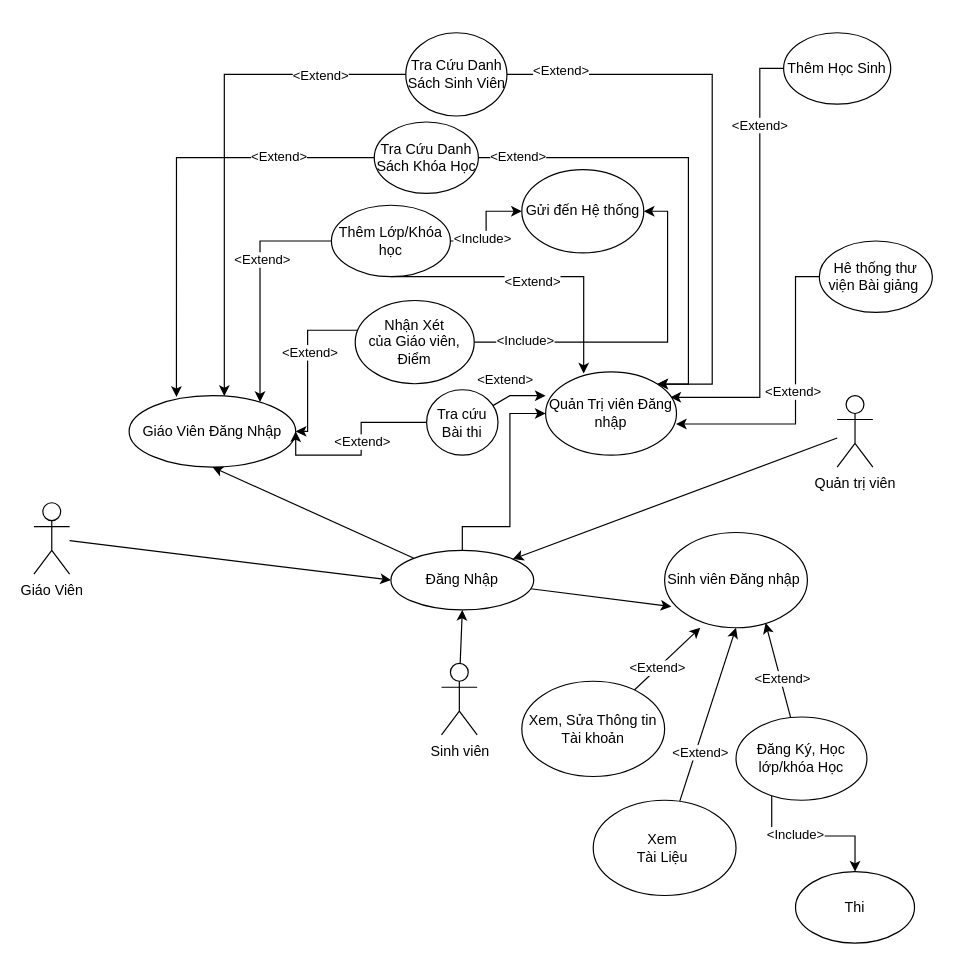
Before: Apollo.drawio in NCanhhieu/T2207E-Diagram, a draw.io diagram. Source tidied: cells renumbered, new cells numbered last; positions are measured from the earlier drawing's top-left corner, leaving out a move shared by most shapes. Both pictures are drawn from the tidied source at 119%, with x=0, y=0 at pixel (33, 32).
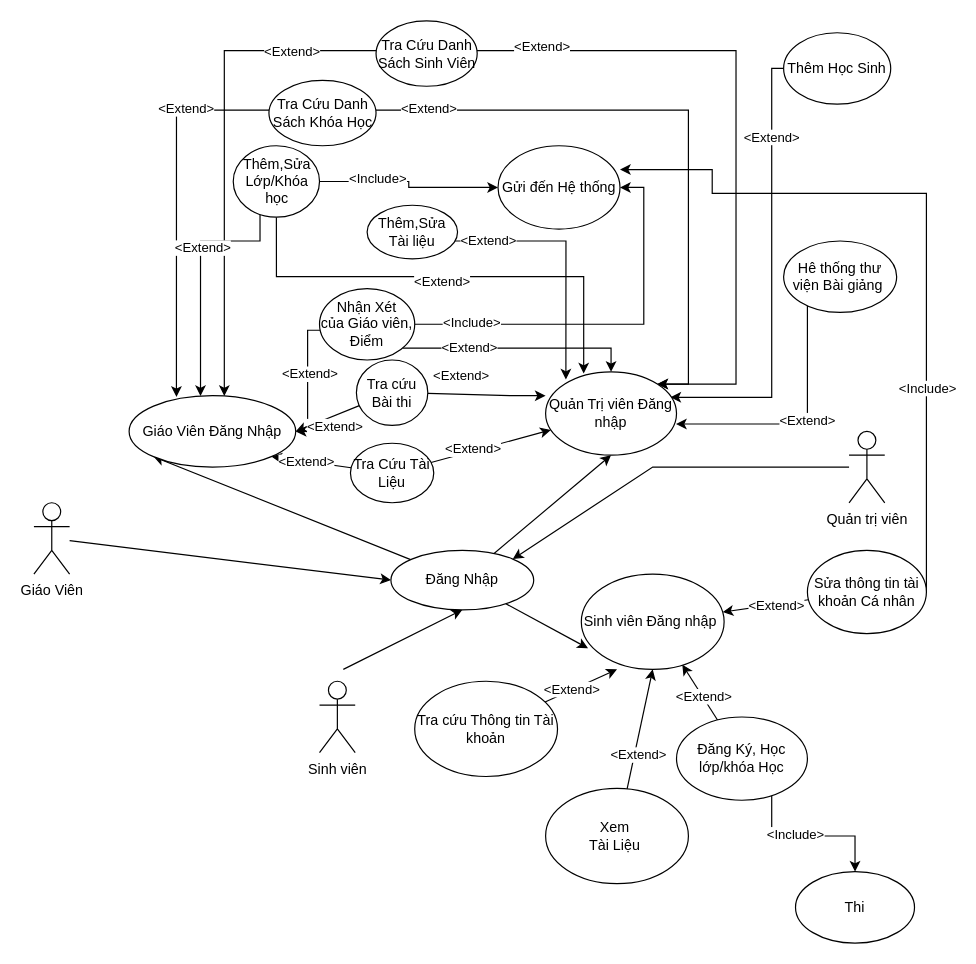
The same diagram, later.

Commit message (it also covers changes not shown here):
Cập nhật Apollo.drawio

The change refers to these unchanged cells:
```xml
<mxCell id="16" value="Đăng Nhập" style="ellipse;whiteSpace=wrap;html=1;" parent="1" vertex="1">
  <mxGeometry x="300" y="435" width="120" height="50" as="geometry" />
</mxCell>
<mxCell id="36" value="Thêm Học Sinh" style="ellipse;whiteSpace=wrap;html=1;" parent="1" vertex="1">
  <mxGeometry x="630" width="90" height="60" as="geometry" />
</mxCell>
<mxCell id="50" value="Giáo Viên Đăng Nhập" style="ellipse;whiteSpace=wrap;html=1;" parent="1" vertex="1">
  <mxGeometry x="80" y="305" width="140" height="60" as="geometry" />
</mxCell>
<mxCell id="51" value="Quản Trị viên Đăng nhập" style="ellipse;whiteSpace=wrap;html=1;" parent="1" vertex="1">
  <mxGeometry x="430" y="285" width="110" height="70" as="geometry" />
</mxCell>
```

What changed in the source:
```diff
@@
     <mxCell id="4" style="rounded=0;jettySize=auto;html=1;entryX=1;entryY=0;entryDx=0;entryDy=0;elbow=vertical;" parent="1" edge="1" source="5" target="16">
-      <mxGeometry relative="1" as="geometry" />
+      <mxGeometry relative="1" as="geometry">
+        <Array as="points">
+          <mxPoint x="520" y="365" />
+        </Array>
+      </mxGeometry>
     </mxCell>
     <mxCell id="5" value="Quản trị viên" style="shape=umlActor;verticalLabelPosition=bottom;verticalAlign=top;html=1;outlineConnect=0;" parent="1" vertex="1">
-      <mxGeometry x="675" y="305" width="30" height="60" as="geometry" />
+      <mxGeometry x="685" y="335" width="30" height="60" as="geometry" />
     </mxCell>
     <mxCell id="6" style="rounded=0;jettySize=auto;html=1;entryX=0.5;entryY=1;entryDx=0;entryDy=0;" parent="1" edge="1" target="16">
       <mxGeometry relative="1" as="geometry">
-        <mxPoint x="358" y="535" as="sourcePoint" />
+        <mxPoint x="260" y="535" as="sourcePoint" />
       </mxGeometry>
     </mxCell>
     <mxCell id="7" value="Sinh viên" style="shape=umlActor;verticalLabelPosition=bottom;verticalAlign=top;html=1;" parent="1" vertex="1">
-      <mxGeometry x="342.5" y="530" width="30" height="60" as="geometry" />
+      <mxGeometry x="240" y="545" width="30" height="60" as="geometry" />
     </mxCell>
     <mxCell id="8" style="edgeStyle=orthogonalEdgeStyle;rounded=0;jettySize=auto;html=1;" parent="1" edge="1" source="12" target="50">
       <mxGeometry relative="1" as="geometry">
         <Array as="points">
-          <mxPoint x="160" y="35" />
+          <mxPoint x="160" y="15" />
         </Array>
       </mxGeometry>
     </mxCell>
@@
     <mxCell id="10" style="edgeStyle=orthogonalEdgeStyle;rounded=0;jettySize=auto;html=1;entryX=1;entryY=0;entryDx=0;entryDy=0;" parent="1" edge="1" source="12" target="51">
       <mxGeometry relative="1" as="geometry">
         <Array as="points">
-          <mxPoint x="570" y="35" />
-          <mxPoint x="570" y="295" />
+          <mxPoint x="590" y="15" />
+          <mxPoint x="590" y="295" />
         </Array>
       </mxGeometry>
     </mxCell>
@@
     <mxCell id="12" value="Tra Cứu Danh Sách Sinh Viên" style="ellipse;whiteSpace=wrap;html=1;" parent="1" vertex="1">
-      <mxGeometry x="312.5" width="85" height="70" as="geometry" />
+      <mxGeometry x="287.5" y="-10" width="85" height="55" as="geometry" />
     </mxCell>
@@
-    <mxCell id="14" style="edgeStyle=orthogonalEdgeStyle;rounded=0;jettySize=auto;html=1;entryX=0;entryY=0.5;entryDx=0;entryDy=0;" parent="1" edge="1" source="16" target="51">
-      <mxGeometry relative="1" as="geometry">
-        <Array as="points">
-          <mxPoint x="360" y="415" />
-          <mxPoint x="400" y="415" />
-          <mxPoint x="400" y="320" />
-        </Array>
-      </mxGeometry>
+    <mxCell id="14" style="rounded=0;jettySize=auto;html=1;entryX=0.5;entryY=1;entryDx=0;entryDy=0;" parent="1" edge="1" source="16" target="51">
+      <mxGeometry relative="1" as="geometry" />
     </mxCell>
-    <mxCell id="15" style="rounded=0;jettySize=auto;html=1;entryX=0.5;entryY=1;entryDx=0;entryDy=0;" parent="1" edge="1" source="16" target="50">
+    <mxCell id="15" style="rounded=0;jettySize=auto;html=1;entryX=0;entryY=1;entryDx=0;entryDy=0;" parent="1" edge="1" source="16" target="50">
       <mxGeometry relative="1" as="geometry" />
     </mxCell>
@@
     <mxCell id="17" style="edgeStyle=orthogonalEdgeStyle;rounded=0;jettySize=auto;html=1;entryX=0.284;entryY=0.017;entryDx=0;entryDy=0;entryPerimeter=0;" parent="1" edge="1" source="21" target="50">
-      <mxGeometry relative="1" as="geometry" />
+      <mxGeometry relative="1" as="geometry">
+        <Array as="points">
+          <mxPoint x="120" y="65" />
+        </Array>
+      </mxGeometry>
     </mxCell>
@@
     <mxCell id="19" style="edgeStyle=orthogonalEdgeStyle;rounded=0;jettySize=auto;html=1;entryX=1;entryY=0;entryDx=0;entryDy=0;" parent="1" edge="1" source="21" target="51">
       <mxGeometry relative="1" as="geometry">
         <Array as="points">
-          <mxPoint x="550" y="105" />
+          <mxPoint x="550" y="65" />
           <mxPoint x="550" y="295" />
         </Array>
       </mxGeometry>
     </mxCell>
@@
     <mxCell id="21" value="Tra Cứu Danh Sách Khóa Học" style="ellipse;whiteSpace=wrap;html=1;" parent="1" vertex="1">
-      <mxGeometry x="286" y="75" width="87.5" height="60" as="geometry" />
+      <mxGeometry x="197.5" y="40" width="90" height="55" as="geometry" />
     </mxCell>
@@
     <mxCell id="24" style="edgeStyle=orthogonalEdgeStyle;rounded=0;jettySize=auto;html=1;" parent="1" edge="1" source="28" target="50">
       <mxGeometry relative="1" as="geometry">
         <Array as="points">
           <mxPoint x="190" y="175" />
+          <mxPoint x="140" y="175" />
         </Array>
       </mxGeometry>
     </mxCell>
@@
-    <mxCell id="28" value="Thêm Lớp/Khóa học" style="ellipse;whiteSpace=wrap;html=1;" parent="1" vertex="1">
-      <mxGeometry x="250" y="145" width="100" height="60" as="geometry" />
+    <mxCell id="28" value="Thêm,Sửa Lớp/Khóa học" style="ellipse;whiteSpace=wrap;html=1;" parent="1" vertex="1">
+      <mxGeometry x="167.5" y="95" width="72.5" height="60" as="geometry" />
     </mxCell>
@@
+    <mxCell id="61" style="edgeStyle=orthogonalEdgeStyle;rounded=0;jettySize=auto;html=1;entryX=0.5;entryY=0;entryDx=0;entryDy=0;" parent="1" edge="1" source="33" target="51">
+      <mxGeometry relative="1" as="geometry">
+        <Array as="points">
+          <mxPoint x="485" y="265" />
+        </Array>
+      </mxGeometry>
+    </mxCell>
+    <mxCell id="62" value="&amp;lt;Extend&amp;gt;" style="edgeLabel;html=1;align=center;verticalAlign=middle;" parent="61" vertex="1">
+      <mxGeometry x="-0.43" y="1" relative="1" as="geometry" />
+    </mxCell>
     <mxCell id="33" value="Nhận Xét&lt;br&gt;của Giáo viên, Điểm" style="ellipse;whiteSpace=wrap;html=1;" parent="1" vertex="1">
-      <mxGeometry x="270" y="225" width="100" height="70" as="geometry" />
+      <mxGeometry x="240" y="215" width="80" height="60" as="geometry" />
     </mxCell>
     <mxCell id="34" style="edgeStyle=orthogonalEdgeStyle;rounded=0;jettySize=auto;html=1;entryX=0.953;entryY=0.306;entryDx=0;entryDy=0;entryPerimeter=0;" parent="1" edge="1" source="36" target="51">
       <mxGeometry relative="1" as="geometry">
         <Array as="points">
-          <mxPoint x="610" y="30" />
-          <mxPoint x="610" y="306" />
+          <mxPoint x="620" y="30" />
+          <mxPoint x="620" y="306" />
         </Array>
       </mxGeometry>
     </mxCell>
@@
     <mxCell id="37" style="edgeStyle=orthogonalEdgeStyle;rounded=0;jettySize=auto;html=1;entryX=0.996;entryY=0.626;entryDx=0;entryDy=0;entryPerimeter=0;" parent="1" edge="1" source="39" target="51">
       <mxGeometry relative="1" as="geometry">
         <Array as="points">
-          <mxPoint x="640" y="205" />
-          <mxPoint x="640" y="329" />
+          <mxPoint x="650" y="205" />
+          <mxPoint x="650" y="329" />
         </Array>
       </mxGeometry>
     </mxCell>
@@
     <mxCell id="39" value="Hê thống thư viện Bài giảng&amp;nbsp;" style="ellipse;whiteSpace=wrap;html=1;" parent="1" vertex="1">
-      <mxGeometry x="660" y="175" width="95" height="60" as="geometry" />
+      <mxGeometry x="630" y="175" width="95" height="60" as="geometry" />
     </mxCell>
@@
     <mxCell id="44" value="Đăng Ký, Học lớp/khóa Học" style="ellipse;whiteSpace=wrap;html=1;" parent="1" vertex="1">
-      <mxGeometry x="590" y="575" width="110" height="70" as="geometry" />
+      <mxGeometry x="540" y="575" width="110" height="70" as="geometry" />
     </mxCell>
-    <mxCell id="45" value="Gửi đến Hệ thống" style="ellipse;whiteSpace=wrap;html=1;" parent="1" vertex="1">
-      <mxGeometry x="410" y="115" width="102.5" height="70" as="geometry" />
+    <mxCell id="45" value="Gửi đến Hệ thống&lt;br&gt;" style="ellipse;whiteSpace=wrap;html=1;" parent="1" vertex="1">
+      <mxGeometry x="390" y="95" width="102.5" height="70" as="geometry" />
     </mxCell>
@@
-    <mxCell id="48" value="Xem, Sửa Thông tin Tài khoản" style="ellipse;whiteSpace=wrap;html=1;" parent="1" vertex="1">
-      <mxGeometry x="410" y="545" width="120" height="80" as="geometry" />
+    <mxCell id="48" value="Tra cứu Thông tin Tài khoản" style="ellipse;whiteSpace=wrap;html=1;" parent="1" vertex="1">
+      <mxGeometry x="320" y="545" width="120" height="80" as="geometry" />
     </mxCell>
     <mxCell id="49" value="Sinh viên Đăng nhập&amp;nbsp;" style="ellipse;whiteSpace=wrap;html=1;" parent="1" vertex="1">
-      <mxGeometry x="530" y="420" width="120" height="80" as="geometry" />
+      <mxGeometry x="460" y="455" width="120" height="80" as="geometry" />
     </mxCell>
@@
     <mxCell id="54" value="Xem&amp;nbsp;&lt;br&gt;Tài Liệu&amp;nbsp;" style="ellipse;whiteSpace=wrap;html=1;" parent="1" vertex="1">
-      <mxGeometry x="470" y="645" width="120" height="80" as="geometry" />
+      <mxGeometry x="430" y="635" width="120" height="80" as="geometry" />
     </mxCell>
@@
-    <mxCell id="58" style="edgeStyle=orthogonalEdgeStyle;rounded=0;jettySize=auto;html=1;entryX=1;entryY=0.5;entryDx=0;entryDy=0;" parent="1" edge="1" source="60" target="50">
-      <mxGeometry relative="1" as="geometry">
-        <Array as="points">
-          <mxPoint x="275" y="328" />
-          <mxPoint x="275" y="355" />
-          <mxPoint x="220" y="355" />
-        </Array>
-      </mxGeometry>
+    <mxCell id="58" style="rounded=0;jettySize=auto;html=1;entryX=1;entryY=0.5;entryDx=0;entryDy=0;" parent="1" edge="1" source="60" target="50">
+      <mxGeometry relative="1" as="geometry" />
     </mxCell>
@@
     <mxCell id="60" value="Tra cứu Bài thi" style="ellipse;whiteSpace=wrap;html=1;" parent="1" vertex="1">
-      <mxGeometry x="330" y="300" width="60" height="55" as="geometry" />
+      <mxGeometry x="271" y="275" width="60" height="55" as="geometry" />
     </mxCell>
+    <mxCell id="63" style="edgeStyle=orthogonalEdgeStyle;rounded=0;jettySize=auto;html=1;entryX=1;entryY=0.286;entryDx=0;entryDy=0;entryPerimeter=0;" parent="1" edge="1" source="67" target="45">
+      <mxGeometry relative="1" as="geometry">
+        <Array as="points">
+          <mxPoint x="750" y="135" />
+          <mxPoint x="570" y="135" />
+          <mxPoint x="570" y="115" />
+        </Array>
+      </mxGeometry>
+    </mxCell>
+    <mxCell id="64" value="&amp;lt;Include&amp;gt;" style="edgeLabel;html=1;align=center;verticalAlign=middle;" parent="63" vertex="1">
+      <mxGeometry x="-0.44" relative="1" as="geometry" />
+    </mxCell>
+    <mxCell id="65" style="rounded=0;jettySize=auto;html=1;" parent="1" edge="1" source="67" target="49">
+      <mxGeometry relative="1" as="geometry" />
+    </mxCell>
+    <mxCell id="66" value="&amp;lt;Extend&amp;gt;" style="edgeLabel;html=1;align=center;verticalAlign=middle;" parent="65" vertex="1">
+      <mxGeometry x="-0.23" y="1" relative="1" as="geometry" />
+    </mxCell>
+    <mxCell id="67" value="Sửa thông tin tài khoản Cá nhân" style="ellipse;whiteSpace=wrap;html=1;" parent="1" vertex="1">
+      <mxGeometry x="650" y="435" width="100" height="70" as="geometry" />
+    </mxCell>
+    <mxCell id="68" style="rounded=0;jettySize=auto;html=1;entryX=1;entryY=1;entryDx=0;entryDy=0;" parent="1" edge="1" source="72" target="50">
+      <mxGeometry relative="1" as="geometry" />
+    </mxCell>
+    <mxCell id="69" value="&amp;lt;Extend&amp;gt;" style="edgeLabel;html=1;align=center;verticalAlign=middle;" parent="68" vertex="1">
+      <mxGeometry x="0.12" relative="1" as="geometry" />
+    </mxCell>
+    <mxCell id="70" style="rounded=0;jettySize=auto;html=1;" parent="1" edge="1" source="72" target="51">
+      <mxGeometry relative="1" as="geometry" />
+    </mxCell>
+    <mxCell id="71" value="&amp;lt;Extend&amp;gt;" style="edgeLabel;html=1;align=center;verticalAlign=middle;" parent="70" vertex="1">
+      <mxGeometry x="-0.29" y="2" relative="1" as="geometry" />
+    </mxCell>
+    <mxCell id="72" value="Tra Cứu Tài Liệu" style="ellipse;whiteSpace=wrap;html=1;" parent="1" vertex="1">
+      <mxGeometry x="266" y="345" width="70" height="50" as="geometry" />
+    </mxCell>
+    <mxCell id="73" style="edgeStyle=orthogonalEdgeStyle;rounded=0;jettySize=auto;html=1;entryX=0.155;entryY=0.092;entryDx=0;entryDy=0;entryPerimeter=0;" parent="1" edge="1" source="75" target="51">
+      <mxGeometry relative="1" as="geometry">
+        <Array as="points">
+          <mxPoint x="447" y="175" />
+        </Array>
+      </mxGeometry>
+    </mxCell>
+    <mxCell id="74" value="&amp;lt;Extend&amp;gt;" style="edgeLabel;html=1;align=center;verticalAlign=middle;" parent="73" vertex="1">
+      <mxGeometry x="-0.73" y="1" relative="1" as="geometry" />
+    </mxCell>
+    <mxCell id="75" value="Thêm,Sửa Tài liệu" style="ellipse;whiteSpace=wrap;html=1;" parent="1" vertex="1">
+      <mxGeometry x="280" y="145" width="76" height="45" as="geometry" />
+    </mxCell>
```
